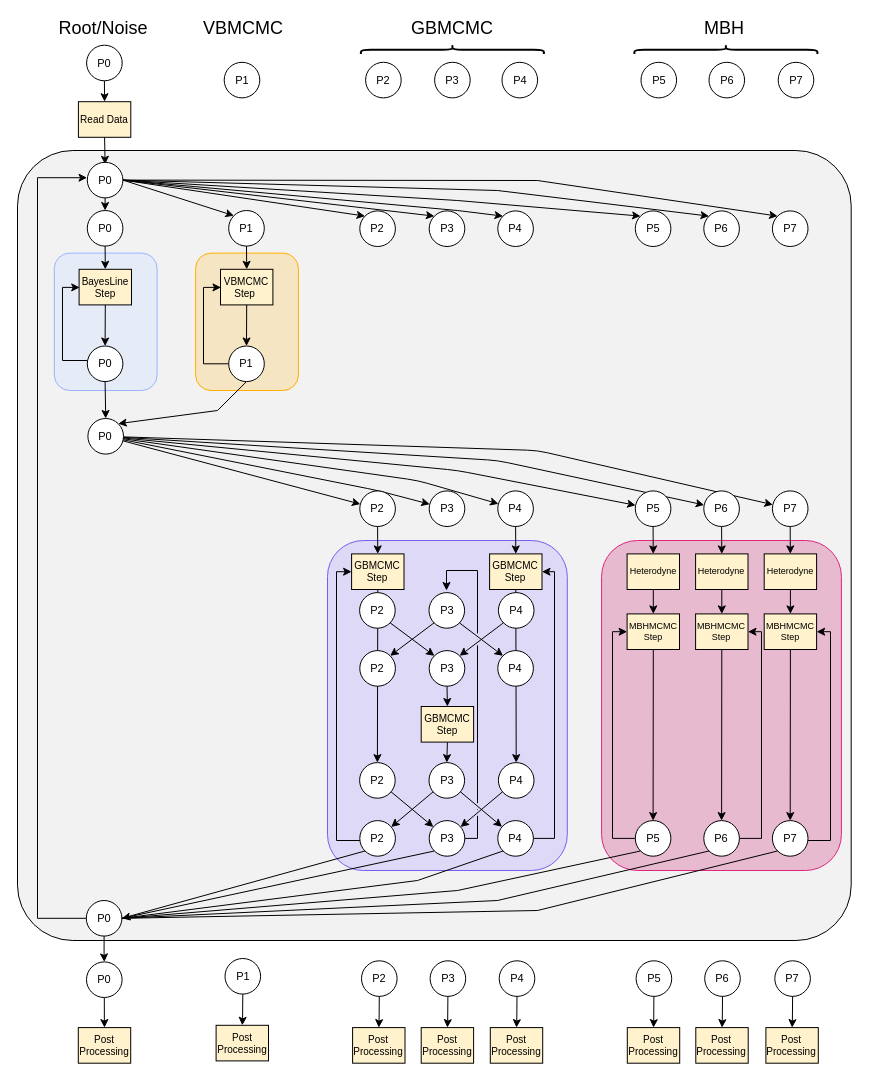
This is GlobalFit.drawio from tlittenberg/ldasoft, a draw.io file, before an edit. Source tidied: cells renumbered, new cells numbered last; positions are measured from the earlier drawing's top-left corner, leaving out a move shared by most shapes. Both pictures are drawn from the tidied source at 100%, with x=0, y=0 at pixel (17, 19).
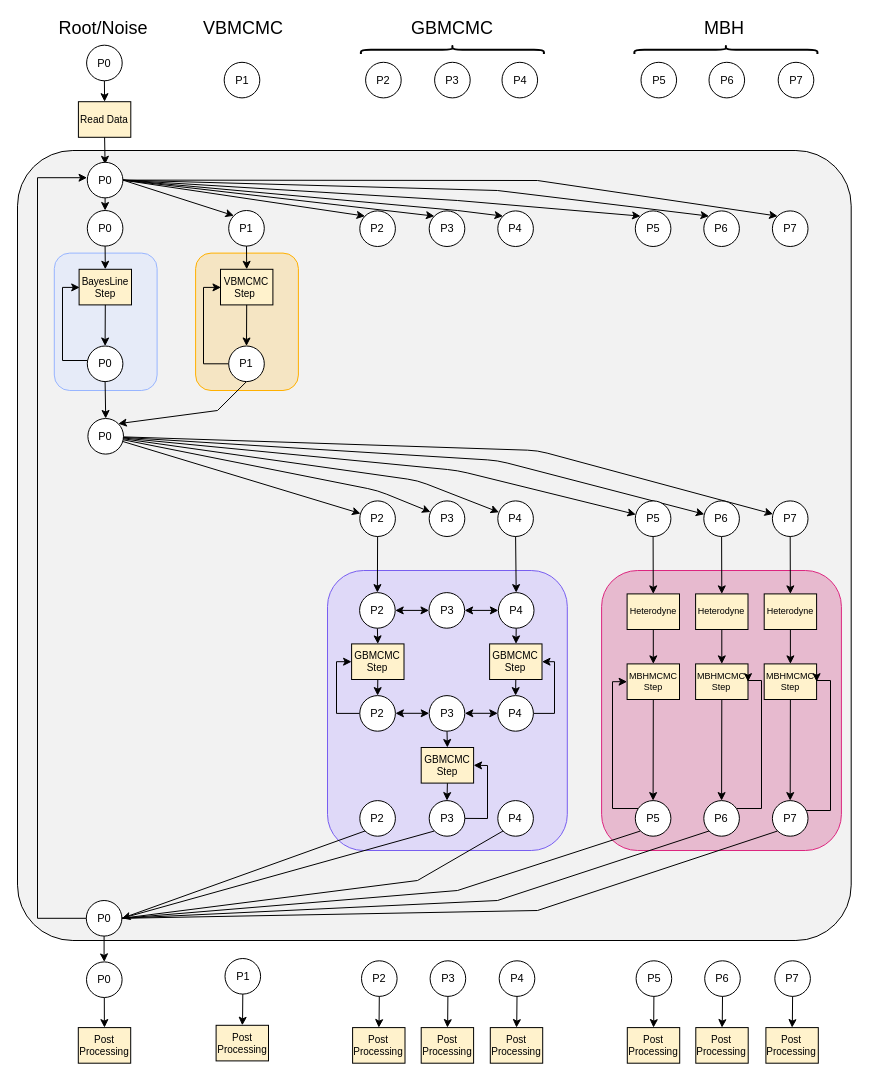
After the change.

The change refers to these unchanged cells:
```xml
<mxCell id="126" value="P4" style="ellipse;whiteSpace=wrap;html=1;fontSize=11;" parent="1" vertex="1">
  <mxGeometry x="480.9" y="573.1" width="35.6" height="35.6" as="geometry" />
</mxCell>
<mxCell id="127" value="P3" style="ellipse;whiteSpace=wrap;html=1;fontSize=11;" parent="1" vertex="1">
  <mxGeometry x="411.5" y="573.1" width="35.6" height="35.6" as="geometry" />
</mxCell>
<mxCell id="128" value="P2" style="ellipse;whiteSpace=wrap;html=1;fontSize=11;" parent="1" vertex="1">
  <mxGeometry x="342.1" y="573.1" width="35.6" height="35.6" as="geometry" />
</mxCell>
```

Diff of the diagram source:
```diff
@@
     <mxCell id="3" style="rounded=1;whiteSpace=wrap;html=1;strokeColor=#DC267F;fontSize=11;fillColor=#DD83AE;fillOpacity=50;" parent="1" vertex="1">
-      <mxGeometry x="584.1" y="521" width="239.8" height="330" as="geometry" />
+      <mxGeometry x="584.1" y="551" width="239.8" height="280" as="geometry" />
     </mxCell>
@@
     <mxCell id="25" value="MBHMCMC Step" style="rounded=0;whiteSpace=wrap;html=1;fontSize=9;fillColor=#fff2cc;" parent="1" vertex="1">
-      <mxGeometry x="609.6" y="594.4" width="52.4" height="35.6" as="geometry" />
+      <mxGeometry x="609.6" y="644.4" width="52.4" height="35.6" as="geometry" />
     </mxCell>
     <mxCell id="26" value="MBHMCMC Step" style="rounded=0;whiteSpace=wrap;html=1;fontSize=9;fillColor=#fff2cc;" parent="1" vertex="1">
-      <mxGeometry x="678.1" y="594.4" width="52.4" height="35.6" as="geometry" />
+      <mxGeometry x="678.1" y="644.4" width="52.4" height="35.6" as="geometry" />
     </mxCell>
     <mxCell id="27" value="MBHMCMC Step" style="rounded=0;whiteSpace=wrap;html=1;fontSize=9;fillColor=#fff2cc;" parent="1" vertex="1">
-      <mxGeometry x="746.7" y="594.4" width="52.4" height="35.6" as="geometry" />
+      <mxGeometry x="746.7" y="644.4" width="52.4" height="35.6" as="geometry" />
     </mxCell>
     <mxCell id="28" style="edgeStyle=orthogonalEdgeStyle;rounded=0;jettySize=auto;html=1;entryX=0;entryY=0.5;entryDx=0;entryDy=0;labelBackgroundColor=none;fontSize=11;" parent="1" edge="1" source="30" target="25">
-      <mxGeometry x="-313.5" y="-784.5" as="geometry">
+      <mxGeometry x="-313.5" y="-814.5" as="geometry">
         <Array as="points">
-          <mxPoint x="595" y="819" />
-          <mxPoint x="595" y="612" />
+          <mxPoint x="595" y="789" />
+          <mxPoint x="595" y="662" />
         </Array>
       </mxGeometry>
     </mxCell>
@@
     <mxCell id="30" value="P5" style="ellipse;whiteSpace=wrap;html=1;fontSize=11;" parent="1" vertex="1">
-      <mxGeometry x="617.8" y="801.1" width="35.6" height="35.6" as="geometry" />
+      <mxGeometry x="617.8" y="781.1" width="35.6" height="35.6" as="geometry" />
     </mxCell>
     <mxCell id="31" style="edgeStyle=orthogonalEdgeStyle;rounded=0;jettySize=auto;html=1;entryX=1;entryY=0.5;entryDx=0;entryDy=0;labelBackgroundColor=none;fontSize=11;" parent="1" edge="1" source="33" target="26">
-      <mxGeometry x="-316.1" y="-784.5" as="geometry">
+      <mxGeometry x="-316.1" y="-814.5" as="geometry">
         <Array as="points">
-          <mxPoint x="744" y="819" />
-          <mxPoint x="744" y="612" />
+          <mxPoint x="744" y="789" />
+          <mxPoint x="744" y="661" />
+          <mxPoint x="731" y="661" />
         </Array>
       </mxGeometry>
     </mxCell>
@@
     <mxCell id="33" value="P6" style="ellipse;whiteSpace=wrap;html=1;fontSize=11;" parent="1" vertex="1">
-      <mxGeometry x="686.3" y="801.1" width="35.6" height="35.6" as="geometry" />
+      <mxGeometry x="686.3" y="781.1" width="35.6" height="35.6" as="geometry" />
     </mxCell>
     <mxCell id="34" style="edgeStyle=orthogonalEdgeStyle;rounded=0;jettySize=auto;html=1;entryX=1;entryY=0.5;entryDx=0;entryDy=0;labelBackgroundColor=none;fontSize=11;" parent="1" edge="1" source="36" target="27">
-      <mxGeometry x="-318.7" y="-784.5" as="geometry">
+      <mxGeometry x="-318.7" y="-814.5" as="geometry">
         <Array as="points">
-          <mxPoint x="813" y="821" />
-          <mxPoint x="813" y="612" />
+          <mxPoint x="813" y="791" />
+          <mxPoint x="813" y="661" />
+          <mxPoint x="799" y="661" />
         </Array>
       </mxGeometry>
     </mxCell>
@@
     <mxCell id="36" value="P7" style="ellipse;whiteSpace=wrap;html=1;fontSize=11;" parent="1" vertex="1">
-      <mxGeometry x="754.9" y="801.1" width="35.6" height="35.6" as="geometry" />
+      <mxGeometry x="754.9" y="781.1" width="35.6" height="35.6" as="geometry" />
     </mxCell>
@@
     <mxCell id="40" style="endArrow=classic;html=1;labelBackgroundColor=none;fontSize=11;exitX=0.5;exitY=1;exitDx=0;exitDy=0;" parent="1" edge="1" source="25" target="30">
-      <mxGeometry x="-313.5" y="-784.5" as="geometry" />
+      <mxGeometry x="-313.5" y="-814.5" as="geometry" />
     </mxCell>
     <mxCell id="41" style="endArrow=classic;html=1;labelBackgroundColor=none;fontSize=11;exitX=0.5;exitY=1;exitDx=0;exitDy=0;" parent="1" edge="1" source="26" target="33">
-      <mxGeometry x="-316.1" y="-784.5" as="geometry" />
+      <mxGeometry x="-316.1" y="-814.5" as="geometry" />
     </mxCell>
     <mxCell id="42" style="endArrow=classic;html=1;labelBackgroundColor=none;fontSize=11;exitX=0.5;exitY=1;exitDx=0;exitDy=0;" parent="1" edge="1" source="27" target="36">
-      <mxGeometry x="-318.7" y="-784.5" as="geometry" />
+      <mxGeometry x="-318.7" y="-814.5" as="geometry" />
     </mxCell>
     <mxCell id="43" style="rounded=1;whiteSpace=wrap;html=1;strokeColor=#785EF0;fontSize=11;fillColor=#CDC2FF;fillOpacity=50;" parent="1" vertex="1">
-      <mxGeometry x="310" y="521" width="239.8" height="330" as="geometry" />
+      <mxGeometry x="310" y="551" width="239.8" height="280" as="geometry" />
     </mxCell>
     <mxCell id="44" value="P2" style="ellipse;whiteSpace=wrap;html=1;fontSize=11;" parent="1" vertex="1">
-      <mxGeometry x="342.3" y="471.4" width="35.6" height="35.6" as="geometry" />
+      <mxGeometry x="342.3" y="481.4" width="35.6" height="35.6" as="geometry" />
     </mxCell>
     <mxCell id="45" value="P3" style="ellipse;whiteSpace=wrap;html=1;fontSize=11;" parent="1" vertex="1">
-      <mxGeometry x="411.7" y="471.4" width="35.6" height="35.6" as="geometry" />
+      <mxGeometry x="411.7" y="481.4" width="35.6" height="35.6" as="geometry" />
     </mxCell>
     <mxCell id="46" value="P4" style="ellipse;whiteSpace=wrap;html=1;fontSize=11;" parent="1" vertex="1">
-      <mxGeometry x="480.3" y="471.4" width="35.6" height="35.6" as="geometry" />
+      <mxGeometry x="480.3" y="481.4" width="35.6" height="35.6" as="geometry" />
     </mxCell>
+    <mxCell id="153" style="edgeStyle=none;rounded=0;jettySize=auto;html=1;exitX=0.5;exitY=1;exitDx=0;exitDy=0;entryX=0.5;entryY=0;entryDx=0;entryDy=0;fontSize=9;startArrow=none;startFill=0;endArrow=classic;endFill=1;" parent="1" edge="1" source="47" target="165">
+      <mxGeometry relative="1" as="geometry" />
+    </mxCell>
     <mxCell id="47" value="GBMCMC Step" style="rounded=0;whiteSpace=wrap;html=1;fontSize=10;fillColor=#fff2cc;" parent="1" vertex="1">
-      <mxGeometry x="334.1" y="534.4" width="52.4" height="35.6" as="geometry" />
+      <mxGeometry x="334.1" y="624.4" width="52.4" height="35.6" as="geometry" />
     </mxCell>
+    <mxCell id="154" style="edgeStyle=none;rounded=0;jettySize=auto;html=1;exitX=0.5;exitY=1;exitDx=0;exitDy=0;fontSize=9;startArrow=none;startFill=0;endArrow=classic;endFill=1;" parent="1" edge="1" source="48" target="163">
+      <mxGeometry relative="1" as="geometry" />
+    </mxCell>
     <mxCell id="48" value="GBMCMC Step" style="rounded=0;whiteSpace=wrap;html=1;fontSize=10;fillColor=#fff2cc;" parent="1" vertex="1">
-      <mxGeometry x="472.1" y="534.4" width="52.4" height="35.6" as="geometry" />
+      <mxGeometry x="472.1" y="624.4" width="52.4" height="35.6" as="geometry" />
     </mxCell>
-    <mxCell id="49" value="P4" style="ellipse;whiteSpace=wrap;html=1;fontSize=11;" parent="1" vertex="1">
-      <mxGeometry x="480.9" y="743.1" width="35.6" height="35.6" as="geometry" />
-    </mxCell>
-    <mxCell id="50" value="P3" style="ellipse;whiteSpace=wrap;html=1;fontSize=11;" parent="1" vertex="1">
-      <mxGeometry x="411.5" y="743.1" width="35.6" height="35.6" as="geometry" />
-    </mxCell>
-    <mxCell id="51" value="P2" style="ellipse;whiteSpace=wrap;html=1;fontSize=11;" parent="1" vertex="1">
-      <mxGeometry x="342.1" y="743.1" width="35.6" height="35.6" as="geometry" />
-    </mxCell>
-    <mxCell id="52" style="endArrow=classic;html=1;exitX=0.5;exitY=1;exitDx=0;exitDy=0;fontSize=11;" parent="1" edge="1" source="47" target="51">
-      <mxGeometry x="-932.6" y="-781" as="geometry" />
-    </mxCell>
-    <mxCell id="53" style="endArrow=classic;html=1;exitX=0.5;exitY=1;exitDx=0;exitDy=0;fontSize=11;" parent="1" edge="1" source="48" target="49">
-      <mxGeometry x="-936.8" y="-781" as="geometry" />
-    </mxCell>
-    <mxCell id="54" style="endArrow=classic;html=1;fontSize=11;" parent="1" edge="1" source="44" target="47">
+    <mxCell id="54" style="endArrow=classic;html=1;fontSize=11;" parent="1" edge="1" source="44" target="128">
       <mxGeometry x="-933.7" y="-866.3" as="geometry" />
     </mxCell>
-    <mxCell id="55" style="endArrow=classic;html=1;entryX=0.5;entryY=0;entryDx=0;entryDy=0;fontSize=11;" parent="1" edge="1" source="46" target="48">
+    <mxCell id="55" style="endArrow=classic;html=1;entryX=0.5;entryY=0;entryDx=0;entryDy=0;fontSize=11;" parent="1" edge="1" source="46" target="126">
       <mxGeometry x="-938" y="-866.3" as="geometry" />
     </mxCell>
-    <mxCell id="56" style="endArrow=classic;html=1;fontSize=11;" parent="1" edge="1" source="51" target="64">
-      <mxGeometry x="-932.6" y="-744.5" as="geometry" />
-    </mxCell>
-    <mxCell id="57" style="endArrow=classic;html=1;fontSize=11;" parent="1" edge="1" source="50" target="67">
-      <mxGeometry x="-932.6" y="-744.5" as="geometry" />
-    </mxCell>
-    <mxCell id="58" style="endArrow=classic;html=1;fontSize=11;" parent="1" edge="1" source="50" target="62">
-      <mxGeometry x="-934.3" y="-744.5" as="geometry" />
-    </mxCell>
-    <mxCell id="59" style="endArrow=classic;html=1;fontSize=11;" parent="1" edge="1" source="49" target="64">
-      <mxGeometry x="-934.3" y="-744.5" as="geometry" />
-    </mxCell>
-    <mxCell id="60" style="edgeStyle=orthogonalEdgeStyle;rounded=0;jumpStyle=gap;jettySize=auto;html=1;entryX=1;entryY=0.5;entryDx=0;entryDy=0;fontSize=11;" parent="1" edge="1" source="62" target="48">
+    <mxCell id="60" style="edgeStyle=orthogonalEdgeStyle;rounded=0;jumpStyle=gap;jettySize=auto;html=1;entryX=1;entryY=0.5;entryDx=0;entryDy=0;fontSize=11;exitX=1;exitY=0.5;exitDx=0;exitDy=0;" parent="1" edge="1" source="163" target="48">
       <mxGeometry x="-936.8" y="-784.5" as="geometry">
         <Array as="points">
-          <mxPoint x="537" y="819" />
-          <mxPoint x="537" y="552" />
+          <mxPoint x="537" y="694" />
+          <mxPoint x="537" y="642" />
         </Array>
       </mxGeometry>
     </mxCell>
@@
     <mxCell id="62" value="P4" style="ellipse;whiteSpace=wrap;html=1;fontSize=11;" parent="1" vertex="1">
-      <mxGeometry x="480.3" y="801.1" width="35.6" height="35.6" as="geometry" />
+      <mxGeometry x="480.3" y="781.1" width="35.6" height="35.6" as="geometry" />
     </mxCell>
@@
+    <mxCell id="155" style="edgeStyle=none;rounded=0;orthogonalLoop=1;jettySize=auto;html=1;exitX=1;exitY=0.5;exitDx=0;exitDy=0;entryX=0;entryY=0.5;entryDx=0;entryDy=0;fontSize=9;startArrow=classic;startFill=1;endArrow=classic;endFill=1;" parent="1" edge="1">
+      <mxGeometry relative="1" as="geometry">
+        <mxPoint x="447.3" y="693.8" as="sourcePoint" />
+        <mxPoint x="480.3" y="693.8" as="targetPoint" />
+      </mxGeometry>
+    </mxCell>
+    <mxCell id="156" style="edgeStyle=none;rounded=0;jettySize=auto;html=1;exitX=1;exitY=0.5;exitDx=0;exitDy=0;entryX=1;entryY=0.5;entryDx=0;entryDy=0;fontSize=9;startArrow=none;startFill=0;endArrow=classic;endFill=1;" parent="1" edge="1" source="64" target="138">
+      <mxGeometry relative="1" as="geometry">
+        <Array as="points">
+          <mxPoint x="470" y="799" />
+          <mxPoint x="470" y="746" />
+        </Array>
+      </mxGeometry>
+    </mxCell>
     <mxCell id="64" value="P3" style="ellipse;whiteSpace=wrap;html=1;fontSize=11;" parent="1" vertex="1">
-      <mxGeometry x="411.7" y="801.1" width="35.6" height="35.6" as="geometry" />
+      <mxGeometry x="411.7" y="781.1" width="35.6" height="35.6" as="geometry" />
     </mxCell>
-    <mxCell id="65" style="edgeStyle=orthogonalEdgeStyle;rounded=0;jumpStyle=gap;jettySize=auto;html=1;fontSize=11;entryX=0;entryY=0.5;entryDx=0;entryDy=0;" parent="1" edge="1" source="67" target="47">
+    <mxCell id="65" style="edgeStyle=orthogonalEdgeStyle;rounded=0;jumpStyle=gap;jettySize=auto;html=1;fontSize=11;entryX=0;entryY=0.5;entryDx=0;entryDy=0;exitX=0;exitY=0.5;exitDx=0;exitDy=0;" parent="1" edge="1" source="165" target="47">
       <mxGeometry x="-932.6" y="-784.5" as="geometry">
         <Array as="points">
-          <mxPoint x="319" y="821" />
-          <mxPoint x="319" y="552" />
+          <mxPoint x="319" y="694" />
+          <mxPoint x="319" y="642" />
         </Array>
       </mxGeometry>
     </mxCell>
@@
+    <mxCell id="157" style="edgeStyle=none;rounded=0;orthogonalLoop=1;jettySize=auto;html=1;exitX=1;exitY=0.5;exitDx=0;exitDy=0;entryX=0;entryY=0.5;entryDx=0;entryDy=0;fontSize=9;startArrow=classic;startFill=1;endArrow=classic;endFill=1;" parent="1" edge="1">
+      <mxGeometry relative="1" as="geometry">
+        <mxPoint x="377.9" y="693.8" as="sourcePoint" />
+        <mxPoint x="411.7" y="693.8" as="targetPoint" />
+      </mxGeometry>
+    </mxCell>
     <mxCell id="67" value="P2" style="ellipse;whiteSpace=wrap;html=1;fontSize=11;" parent="1" vertex="1">
-      <mxGeometry x="342.3" y="801.1" width="35.6" height="35.6" as="geometry" />
+      <mxGeometry x="342.3" y="781.1" width="35.6" height="35.6" as="geometry" />
     </mxCell>
@@
     <mxCell id="69" value="P5" style="ellipse;whiteSpace=wrap;html=1;fontSize=11;" parent="1" vertex="1">
-      <mxGeometry x="617.8" y="471.4" width="35.6" height="35.6" as="geometry" />
+      <mxGeometry x="617.8" y="481.4" width="35.6" height="35.6" as="geometry" />
     </mxCell>
@@
     <mxCell id="71" value="P6" style="ellipse;whiteSpace=wrap;html=1;fontSize=11;" parent="1" vertex="1">
-      <mxGeometry x="686.3" y="471.4" width="35.6" height="35.6" as="geometry" />
+      <mxGeometry x="686.3" y="481.4" width="35.6" height="35.6" as="geometry" />
     </mxCell>
@@
     <mxCell id="73" value="P7" style="ellipse;whiteSpace=wrap;html=1;fontSize=11;" parent="1" vertex="1">
-      <mxGeometry x="754.9" y="471.4" width="35.6" height="35.6" as="geometry" />
+      <mxGeometry x="754.9" y="481.4" width="35.6" height="35.6" as="geometry" />
     </mxCell>
@@
+    <mxCell id="158" style="edgeStyle=none;rounded=0;jettySize=auto;html=1;exitX=0.5;exitY=1;exitDx=0;exitDy=0;fontSize=9;startArrow=none;startFill=0;endArrow=classic;endFill=1;" parent="1" edge="1" source="126" target="48">
+      <mxGeometry relative="1" as="geometry" />
+    </mxCell>
@@
+    <mxCell id="159" style="edgeStyle=none;rounded=0;jettySize=auto;html=1;exitX=1;exitY=0.5;exitDx=0;exitDy=0;entryX=0;entryY=0.5;entryDx=0;entryDy=0;fontSize=9;startArrow=classic;startFill=1;endArrow=classic;endFill=1;" parent="1" edge="1" source="127" target="126">
+      <mxGeometry relative="1" as="geometry" />
+    </mxCell>
@@
+    <mxCell id="160" style="edgeStyle=none;rounded=0;jettySize=auto;html=1;exitX=1;exitY=0.5;exitDx=0;exitDy=0;entryX=0;entryY=0.5;entryDx=0;entryDy=0;fontSize=9;endArrow=classic;endFill=1;startArrow=classic;startFill=1;" parent="1" edge="1" source="128" target="127">
+      <mxGeometry relative="1" as="geometry" />
+    </mxCell>
+    <mxCell id="161" style="edgeStyle=none;rounded=0;jettySize=auto;html=1;exitX=0.5;exitY=1;exitDx=0;exitDy=0;entryX=0.5;entryY=0;entryDx=0;entryDy=0;fontSize=9;startArrow=none;startFill=0;endArrow=classic;endFill=1;" parent="1" edge="1" source="128" target="47">
+      <mxGeometry relative="1" as="geometry" />
+    </mxCell>
@@
-    <mxCell id="129" value="P4" style="ellipse;whiteSpace=wrap;html=1;fontSize=11;" parent="1" vertex="1">
-      <mxGeometry x="480.3" y="631.1" width="35.6" height="35.6" as="geometry" />
-    </mxCell>
-    <mxCell id="130" style="edgeStyle=orthogonalEdgeStyle;rounded=0;jettySize=auto;html=1;exitX=0.5;exitY=1;exitDx=0;exitDy=0;entryX=0.5;entryY=0;entryDx=0;entryDy=0;" parent="1" edge="1" source="131" target="138">
+    <mxCell id="130" style="edgeStyle=orthogonalEdgeStyle;rounded=0;jettySize=auto;html=1;exitX=0.5;exitY=1;exitDx=0;exitDy=0;entryX=0.5;entryY=0;entryDx=0;entryDy=0;" parent="1" edge="1" source="164" target="138">
       <mxGeometry relative="1" as="geometry" />
     </mxCell>
-    <mxCell id="131" value="P3" style="ellipse;whiteSpace=wrap;html=1;fontSize=11;" parent="1" vertex="1">
-      <mxGeometry x="411.7" y="631.1" width="35.6" height="35.6" as="geometry" />
-    </mxCell>
-    <mxCell id="132" value="P2" style="ellipse;whiteSpace=wrap;html=1;fontSize=11;" parent="1" vertex="1">
-      <mxGeometry x="342.3" y="631.1" width="35.6" height="35.6" as="geometry" />
-    </mxCell>
-    <mxCell id="133" style="endArrow=classic;html=1;fontSize=11;entryX=0;entryY=0;entryDx=0;entryDy=0;" parent="1" edge="1" target="131">
-      <mxGeometry x="-932.6" y="-904.5" as="geometry">
-        <mxPoint x="372.6" y="603.3" as="sourcePoint" />
-      </mxGeometry>
-    </mxCell>
-    <mxCell id="134" style="endArrow=classic;html=1;fontSize=11;entryX=1;entryY=0;entryDx=0;entryDy=0;" parent="1" edge="1" target="132">
-      <mxGeometry x="-932.6" y="-904.5" as="geometry">
-        <mxPoint x="416.6" y="603.3" as="sourcePoint" />
-      </mxGeometry>
-    </mxCell>
-    <mxCell id="135" style="endArrow=classic;html=1;fontSize=11;entryX=1;entryY=0;entryDx=0;entryDy=0;" parent="1" edge="1" target="131">
-      <mxGeometry x="-934.3" y="-904.5" as="geometry">
-        <mxPoint x="486" y="603.3" as="sourcePoint" />
-      </mxGeometry>
-    </mxCell>
-    <mxCell id="136" style="endArrow=classic;html=1;fontSize=11;entryX=0;entryY=0;entryDx=0;entryDy=0;" parent="1" edge="1" target="129">
-      <mxGeometry x="-934.3" y="-904.5" as="geometry">
-        <mxPoint x="442" y="603.4" as="sourcePoint" />
-      </mxGeometry>
-    </mxCell>
-    <mxCell id="137" style="edgeStyle=orthogonalEdgeStyle;rounded=0;jettySize=auto;html=1;exitX=0.5;exitY=1;exitDx=0;exitDy=0;entryX=0.5;entryY=0;entryDx=0;entryDy=0;" parent="1" edge="1" source="138" target="50">
-      <mxGeometry relative="1" as="geometry" />
-    </mxCell>
+    <mxCell id="162" style="edgeStyle=none;rounded=0;jettySize=auto;html=1;exitX=0.5;exitY=1;exitDx=0;exitDy=0;entryX=0.5;entryY=0;entryDx=0;entryDy=0;fontSize=9;startArrow=none;startFill=0;endArrow=classic;endFill=1;" parent="1" edge="1" source="138" target="64">
+      <mxGeometry relative="1" as="geometry" />
+    </mxCell>
     <mxCell id="138" value="GBMCMC Step" style="rounded=0;whiteSpace=wrap;html=1;fontSize=10;fillColor=#fff2cc;" parent="1" vertex="1">
-      <mxGeometry x="403.7" y="687" width="52.4" height="35.6" as="geometry" />
+      <mxGeometry x="403.7" y="728" width="52.4" height="35.6" as="geometry" />
     </mxCell>
-    <mxCell id="139" style="edgeStyle=orthogonalEdgeStyle;rounded=0;jumpStyle=gap;jettySize=auto;html=1;fontSize=11;" parent="1" edge="1" source="64">
-      <mxGeometry x="-934.3" y="-784.5" as="geometry">
-        <mxPoint x="429" y="571" as="targetPoint" />
-        <Array as="points">
-          <mxPoint x="460" y="819" />
-          <mxPoint x="460" y="551" />
-          <mxPoint x="429" y="551" />
-        </Array>
-      </mxGeometry>
-    </mxCell>
@@
     <mxCell id="147" value="Heterodyne" style="rounded=0;whiteSpace=wrap;html=1;fontSize=9;fillColor=#fff2cc;" parent="1" vertex="1">
-      <mxGeometry x="609.6" y="534.4" width="52.4" height="35.6" as="geometry" />
+      <mxGeometry x="609.6" y="574.4" width="52.4" height="35.6" as="geometry" />
     </mxCell>
@@
     <mxCell id="149" value="Heterodyne" style="rounded=0;whiteSpace=wrap;html=1;fontSize=9;fillColor=#fff2cc;" parent="1" vertex="1">
-      <mxGeometry x="678.1" y="534.4" width="52.4" height="35.6" as="geometry" />
+      <mxGeometry x="678.1" y="574.4" width="52.4" height="35.6" as="geometry" />
     </mxCell>
@@
     <mxCell id="151" value="Heterodyne" style="rounded=0;whiteSpace=wrap;html=1;fontSize=9;fillColor=#fff2cc;" parent="1" vertex="1">
-      <mxGeometry x="746.7" y="534.4" width="52.4" height="35.6" as="geometry" />
+      <mxGeometry x="746.7" y="574.4" width="52.4" height="35.6" as="geometry" />
     </mxCell>
@@
+    <mxCell id="163" value="P4" style="ellipse;whiteSpace=wrap;html=1;fontSize=11;" parent="1" vertex="1">
+      <mxGeometry x="480.3" y="676.1" width="35.6" height="35.6" as="geometry" />
+    </mxCell>
+    <mxCell id="164" value="P3" style="ellipse;whiteSpace=wrap;html=1;fontSize=11;" parent="1" vertex="1">
+      <mxGeometry x="411.7" y="676.1" width="35.6" height="35.6" as="geometry" />
+    </mxCell>
+    <mxCell id="165" value="P2" style="ellipse;whiteSpace=wrap;html=1;fontSize=11;" parent="1" vertex="1">
+      <mxGeometry x="342.3" y="676.1" width="35.6" height="35.6" as="geometry" />
+    </mxCell>
```
